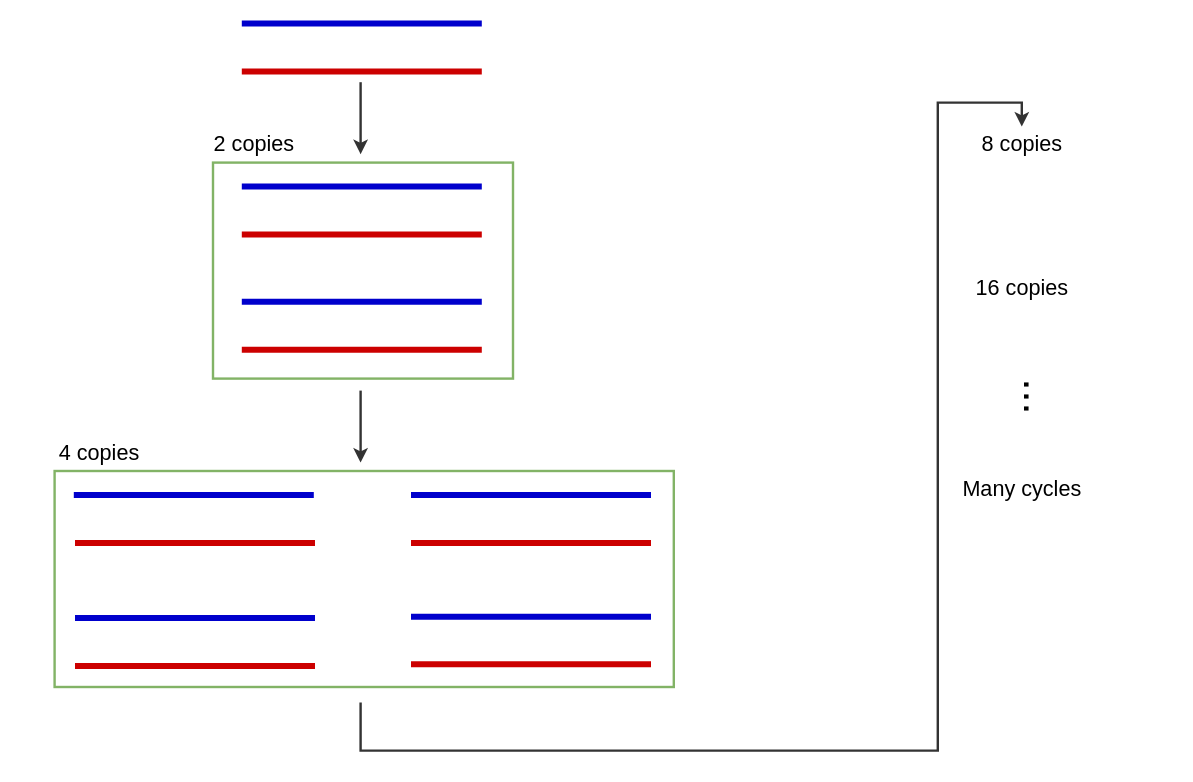
This is PCR.drawio from 16281022/os-lab1, a draw.io file, before an edit. Source tidied: cells renumbered, new cells numbered last; positions are measured from the earlier drawing's top-left corner, leaving out a move shared by most shapes. Both pictures are drawn from the tidied source at 120%, with x=0, y=0 at pixel (50, 23).
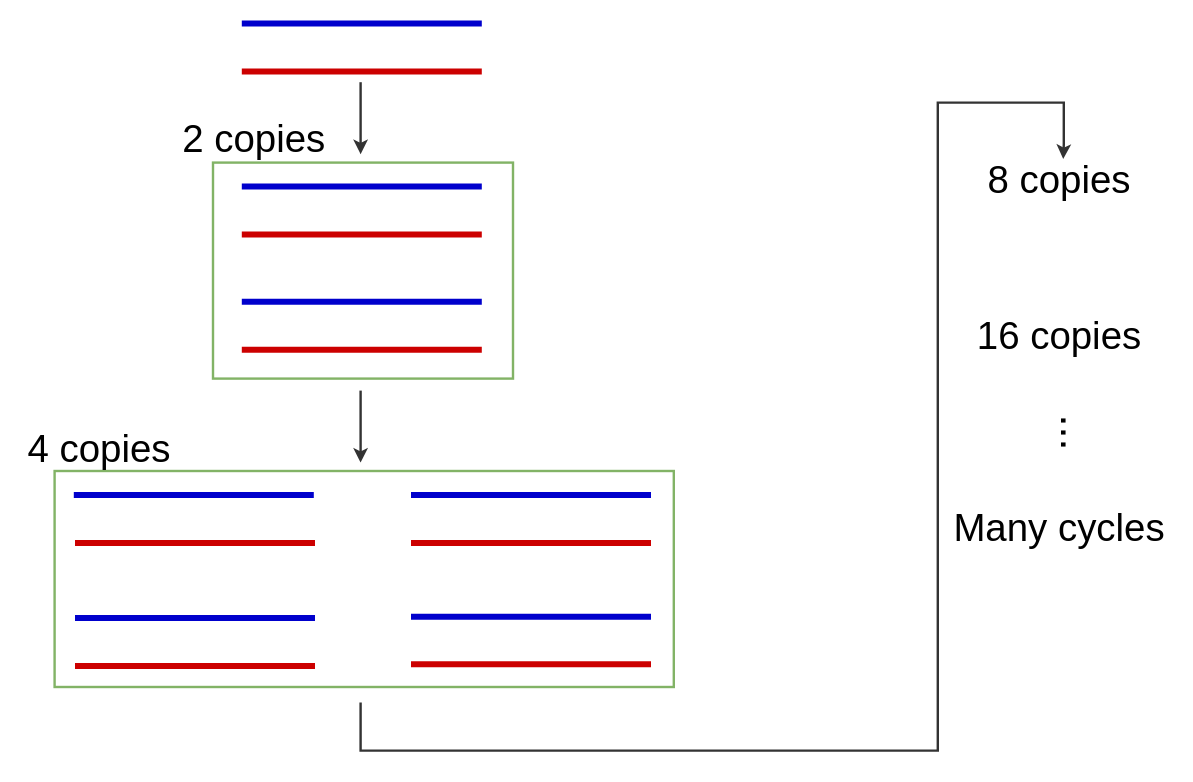
The same diagram, later.

What changed in the source:
```diff
@@
-    <mxCell id="10" value="&lt;font style=&quot;font-size: 18px;&quot;&gt;2 copies&lt;/font&gt;" style="text;html=1;align=center;verticalAlign=middle;strokeColor=none;fillColor=none;fontSize=18;" parent="1" vertex="1">
-      <mxGeometry x="129" y="86" width="80" height="30" as="geometry" />
+    <mxCell id="10" value="&lt;font style=&quot;font-size: 32px;&quot;&gt;2 copies&lt;/font&gt;" style="text;html=1;align=center;verticalAlign=middle;strokeColor=none;fillColor=none;fontSize=18;strokeWidth=0;" parent="1" vertex="1">
+      <mxGeometry x="104" y="82" width="130" height="30" as="geometry" />
     </mxCell>
@@
-    <mxCell id="15" style="edgeStyle=orthogonalEdgeStyle;rounded=0;jettySize=auto;html=1;fontSize=36;strokeColor=#333333;strokeWidth=2;" parent="1" edge="1" target="23">
+    <mxCell id="15" style="edgeStyle=orthogonalEdgeStyle;rounded=0;jettySize=auto;html=1;fontSize=36;strokeColor=#333333;strokeWidth=2;entryX=0.527;entryY=-0.1;entryDx=0;entryDy=0;entryPerimeter=0;" parent="1" edge="1" target="23">
       <mxGeometry relative="1" as="geometry">
         <mxPoint x="258" y="566" as="sourcePoint" />
         <Array as="points">
           <mxPoint x="258" y="606" />
           <mxPoint x="739" y="606" />
           <mxPoint x="739" y="66" />
-          <mxPoint x="809" y="66" />
+          <mxPoint x="844" y="66" />
+          <mxPoint x="844" y="101" />
         </Array>
       </mxGeometry>
     </mxCell>
@@
-    <mxCell id="17" value="&lt;font style=&quot;font-size: 18px;&quot;&gt;4 copies&lt;/font&gt;" style="text;html=1;align=center;verticalAlign=middle;strokeColor=none;fillColor=none;fontSize=18;" parent="1" vertex="1">
-      <mxGeometry y="343" width="80" height="30" as="geometry" />
+    <mxCell id="17" value="&lt;font style=&quot;font-size: 32px;&quot;&gt;4 copies&lt;/font&gt;" style="text;html=1;align=center;verticalAlign=middle;strokeColor=none;fillColor=none;fontSize=18;" parent="1" vertex="1">
+      <mxGeometry x="-25" y="340" width="130" height="30" as="geometry" />
     </mxCell>
@@
-    <mxCell id="23" value="&lt;font style=&quot;font-size: 18px;&quot;&gt;8 copies&lt;/font&gt;" style="text;html=1;align=center;verticalAlign=middle;points=[];strokeColor=none;fillColor=none;fontSize=18;" parent="1" vertex="1">
-      <mxGeometry x="769" y="86" width="80" height="30" as="geometry" />
+    <mxCell id="23" value="&lt;font style=&quot;font-size: 32px;&quot;&gt;8 copies&lt;/font&gt;" style="text;html=1;align=center;verticalAlign=middle;points=[];strokeColor=none;fillColor=none;fontSize=18;" parent="1" vertex="1">
+      <mxGeometry x="775" y="116" width="130" height="30" as="geometry" />
     </mxCell>
-    <mxCell id="24" value="&lt;font style=&quot;font-size: 18px;&quot;&gt;16 copies&lt;/font&gt;" style="text;html=1;align=center;verticalAlign=middle;strokeColor=none;fillColor=none;fontSize=18;" parent="1" vertex="1">
-      <mxGeometry x="764" y="206" width="90" height="30" as="geometry" />
+    <mxCell id="24" value="&lt;font style=&quot;font-size: 32px;&quot;&gt;16 copies&lt;/font&gt;" style="text;html=1;align=center;verticalAlign=middle;strokeColor=none;fillColor=none;fontSize=18;" parent="1" vertex="1">
+      <mxGeometry x="765" y="246" width="150" height="30" as="geometry" />
     </mxCell>
     <mxCell id="25" value="&lt;font style=&quot;font-size: 36px;&quot;&gt;...&lt;/font&gt;" style="text;html=1;align=center;verticalAlign=middle;strokeColor=none;fillColor=none;fontSize=18;rotation=90;" parent="1" vertex="1">
-      <mxGeometry x="799" y="296" width="50" height="30" as="geometry" />
+      <mxGeometry x="830" y="326" width="50" height="30" as="geometry" />
     </mxCell>
-    <mxCell id="26" value="&lt;font style=&quot;font-size: 18px;&quot;&gt;Many cycles&lt;/font&gt;" style="text;html=1;align=center;verticalAlign=middle;strokeColor=none;fillColor=none;fontSize=18;" parent="1" vertex="1">
-      <mxGeometry x="754" y="373" width="110" height="30" as="geometry" />
+    <mxCell id="26" value="&lt;font style=&quot;font-size: 32px;&quot;&gt;Many cycles&lt;/font&gt;" style="text;html=1;align=center;verticalAlign=middle;strokeColor=none;fillColor=none;fontSize=18;" parent="1" vertex="1">
+      <mxGeometry x="745" y="406" width="190" height="30" as="geometry" />
     </mxCell>
```
